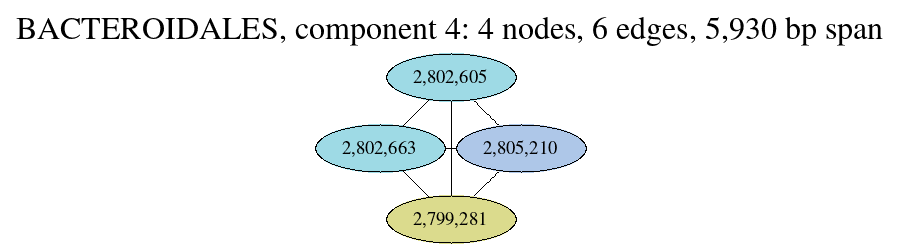
fedarko/sheepgut keeps this Graphviz diagram as notebooks/graphs/BACTEROIDALES_cc4.png. Above is the earlier version. Its source is kept beside it as notebooks/graphs/BACTEROIDALES_cc4.gv.
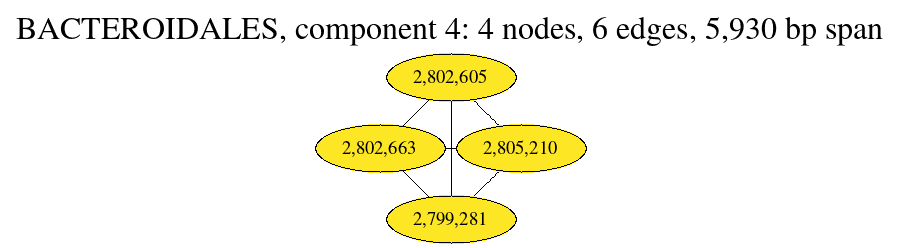
After the change.

What changed in the source:
```diff
@@ -4,10 +4,10 @@
 	label="BACTEROIDALES, component 4: 4 nodes, 6 edges, 5,930 bp span";
 	labelloc="t";
 	fontsize=24;
-	"2,799,281" [style="filled", fillcolor="#dbdb8d", fontcolor="#000000"];
-	"2,805,210" [style="filled", fillcolor="#aec7e8", fontcolor="#000000"];
-	"2,802,605" [style="filled", fillcolor="#9edae5", fontcolor="#000000"];
-	"2,802,663" [style="filled", fillcolor="#9edae5", fontcolor="#000000"];
+	"2,799,281" [style="filled", fillcolor="#fde725", fontcolor="#000000"];
+	"2,805,210" [style="filled", fillcolor="#fde725", fontcolor="#000000"];
+	"2,802,605" [style="filled", fillcolor="#fde725", fontcolor="#000000"];
+	"2,802,663" [style="filled", fillcolor="#fde725", fontcolor="#000000"];
 	"2,799,281" -- "2,802,605";
 	"2,799,281" -- "2,802,663";
 	"2,799,281" -- "2,805,210";
```
